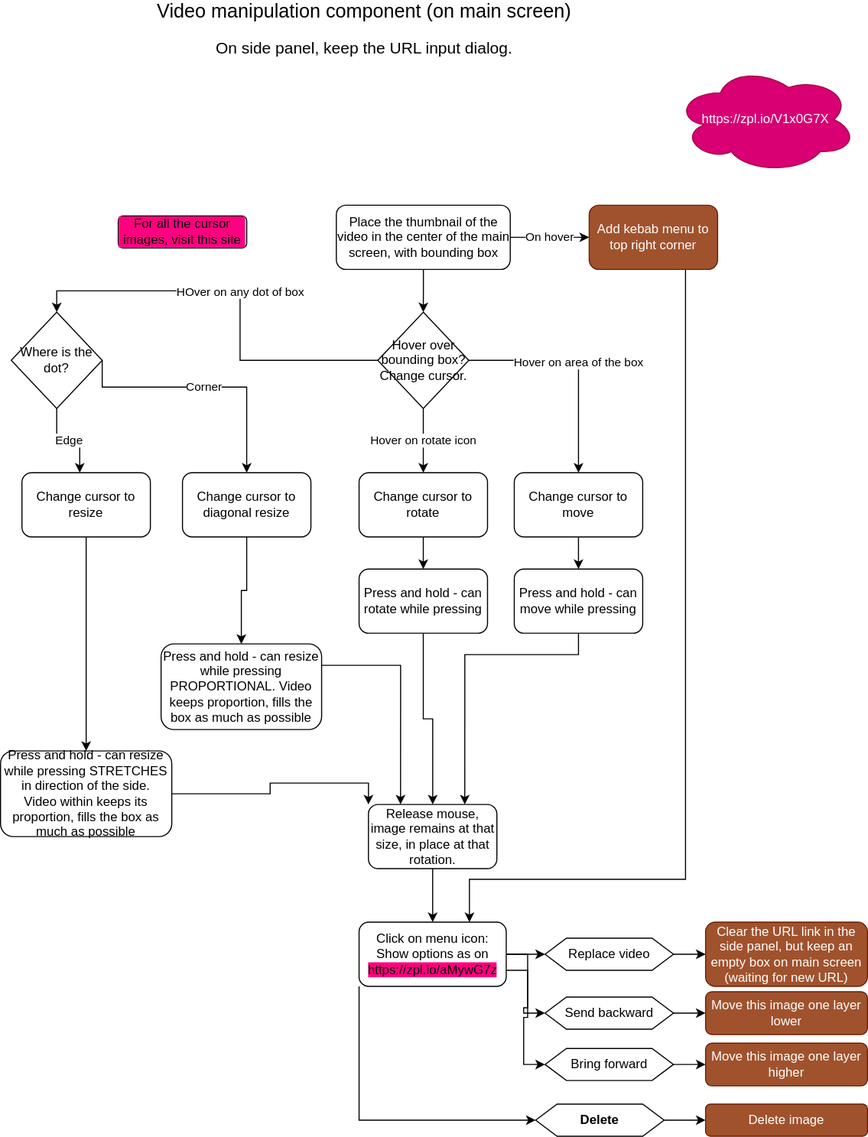
Before: modules/components/video-manipulation.drawio.svg, a diagram exported from draw.io (ji-devs/ji-cloud-flowcharts). Source tidied: cells renumbered, new cells last; positions are measured from the earlier drawing's top-left corner, leaving out a move shared by most shapes. The source it was exported from:
```xml
<mxGraphModel>
  <root>
    <mxCell id="0" />
    <mxCell id="1" parent="0" />
    <mxCell id="2" value="&lt;font&gt;&lt;span style=&quot;font-size: 18px&quot;&gt;Video manipulation component (on main screen)&lt;/span&gt;&lt;br&gt;&lt;br&gt;&lt;font style=&quot;font-size: 15px&quot;&gt;On side panel, keep the URL input dialog.&lt;/font&gt;&lt;br&gt;&lt;/font&gt;" style="text;html=1;strokeColor=none;fillColor=none;align=center;verticalAlign=middle;whiteSpace=wrap;rounded=0;" parent="1" vertex="1">
      <mxGeometry x="90" width="500" height="50" as="geometry" />
    </mxCell>
    <mxCell id="3" style="edgeStyle=orthogonalEdgeStyle;rounded=0;jettySize=auto;html=1;" parent="1" edge="1" source="5" target="9">
      <mxGeometry relative="1" as="geometry" />
    </mxCell>
    <mxCell id="4" value="On hover" style="edgeStyle=orthogonalEdgeStyle;rounded=0;jettySize=auto;html=1;entryX=0;entryY=0.5;entryDx=0;entryDy=0;" parent="1" edge="1" source="5" target="50">
      <mxGeometry relative="1" as="geometry" />
    </mxCell>
    <mxCell id="5" value="Place the thumbnail of the video in the center of the main screen, with bounding box&amp;nbsp;" style="rounded=1;whiteSpace=wrap;html=1;" parent="1" vertex="1">
      <mxGeometry x="313.8" y="190" width="162.5" height="60" as="geometry" />
    </mxCell>
    <mxCell id="6" value="HOver on any dot of box" style="edgeStyle=orthogonalEdgeStyle;rounded=0;jettySize=auto;html=1;entryX=0.5;entryY=0;entryDx=0;entryDy=0;" parent="1" edge="1" source="9" target="47">
      <mxGeometry relative="1" as="geometry" />
    </mxCell>
    <mxCell id="7" value="Hover on rotate icon" style="edgeStyle=orthogonalEdgeStyle;rounded=0;jettySize=auto;html=1;entryX=0.5;entryY=0;entryDx=0;entryDy=0;" parent="1" edge="1" source="9" target="13">
      <mxGeometry relative="1" as="geometry" />
    </mxCell>
    <mxCell id="8" value="Hover on area of the box" style="edgeStyle=orthogonalEdgeStyle;rounded=0;jettySize=auto;html=1;entryX=0.5;entryY=0;entryDx=0;entryDy=0;" parent="1" edge="1" source="9" target="15">
      <mxGeometry relative="1" as="geometry" />
    </mxCell>
    <mxCell id="9" value="Hover over bounding box? Change cursor." style="rhombus;whiteSpace=wrap;html=1;" parent="1" vertex="1">
      <mxGeometry x="352.5" y="290" width="85" height="90" as="geometry" />
    </mxCell>
    <mxCell id="10" style="edgeStyle=orthogonalEdgeStyle;rounded=0;jettySize=auto;html=1;entryX=0.5;entryY=0;entryDx=0;entryDy=0;" parent="1" edge="1" source="11" target="17">
      <mxGeometry relative="1" as="geometry" />
    </mxCell>
    <mxCell id="11" value="Change cursor to diagonal resize" style="rounded=1;whiteSpace=wrap;html=1;" parent="1" vertex="1">
      <mxGeometry x="170" y="440" width="120" height="60" as="geometry" />
    </mxCell>
    <mxCell id="12" style="edgeStyle=orthogonalEdgeStyle;rounded=0;jettySize=auto;html=1;entryX=0.5;entryY=0;entryDx=0;entryDy=0;" parent="1" edge="1" source="13" target="19">
      <mxGeometry relative="1" as="geometry" />
    </mxCell>
    <mxCell id="13" value="Change cursor to rotate" style="rounded=1;whiteSpace=wrap;html=1;" parent="1" vertex="1">
      <mxGeometry x="335" y="440" width="120" height="60" as="geometry" />
    </mxCell>
    <mxCell id="14" style="edgeStyle=orthogonalEdgeStyle;rounded=0;jettySize=auto;html=1;entryX=0.5;entryY=0;entryDx=0;entryDy=0;" parent="1" edge="1" source="15" target="21">
      <mxGeometry relative="1" as="geometry" />
    </mxCell>
    <mxCell id="15" value="Change cursor to move" style="rounded=1;whiteSpace=wrap;html=1;" parent="1" vertex="1">
      <mxGeometry x="480" y="440" width="120" height="60" as="geometry" />
    </mxCell>
    <mxCell id="16" style="edgeStyle=orthogonalEdgeStyle;rounded=0;jettySize=auto;html=1;entryX=0.25;entryY=0;entryDx=0;entryDy=0;exitX=1;exitY=0.5;exitDx=0;exitDy=0;" parent="1" edge="1" source="17" target="23">
      <mxGeometry relative="1" as="geometry">
        <Array as="points">
          <mxPoint x="245" y="640" />
          <mxPoint x="245" y="620" />
          <mxPoint x="374" y="620" />
        </Array>
      </mxGeometry>
    </mxCell>
    <mxCell id="17" value="Press and hold - can resize while pressing PROPORTIONAL. Video keeps proportion, fills the box as much as possible" style="rounded=1;whiteSpace=wrap;html=1;" parent="1" vertex="1">
      <mxGeometry x="150" y="600" width="150" height="80" as="geometry" />
    </mxCell>
    <mxCell id="18" style="edgeStyle=orthogonalEdgeStyle;rounded=0;jettySize=auto;html=1;" parent="1" edge="1" source="19" target="23">
      <mxGeometry relative="1" as="geometry" />
    </mxCell>
    <mxCell id="19" value="Press and hold - can rotate while pressing" style="rounded=1;whiteSpace=wrap;html=1;" parent="1" vertex="1">
      <mxGeometry x="335" y="530" width="120" height="60" as="geometry" />
    </mxCell>
    <mxCell id="20" style="edgeStyle=orthogonalEdgeStyle;rounded=0;jettySize=auto;html=1;entryX=0.75;entryY=0;entryDx=0;entryDy=0;" parent="1" edge="1" source="21" target="23">
      <mxGeometry relative="1" as="geometry">
        <Array as="points">
          <mxPoint x="540" y="610" />
          <mxPoint x="434" y="610" />
        </Array>
      </mxGeometry>
    </mxCell>
    <mxCell id="21" value="Press and hold - can move while pressing" style="rounded=1;whiteSpace=wrap;html=1;" parent="1" vertex="1">
      <mxGeometry x="480" y="530" width="120" height="60" as="geometry" />
    </mxCell>
    <mxCell id="22" style="edgeStyle=orthogonalEdgeStyle;rounded=0;jettySize=auto;html=1;entryX=0.5;entryY=0;entryDx=0;entryDy=0;" parent="1" edge="1" source="23" target="28">
      <mxGeometry relative="1" as="geometry" />
    </mxCell>
    <mxCell id="23" value="Release mouse, image remains at that size, in place at that rotation." style="rounded=1;whiteSpace=wrap;html=1;" parent="1" vertex="1">
      <mxGeometry x="343.8" y="750" width="120" height="60" as="geometry" />
    </mxCell>
    <mxCell id="24" style="edgeStyle=orthogonalEdgeStyle;rounded=0;jettySize=auto;html=1;entryX=0;entryY=0.5;entryDx=0;entryDy=0;" parent="1" edge="1" source="28" target="30">
      <mxGeometry relative="1" as="geometry" />
    </mxCell>
    <mxCell id="25" style="edgeStyle=orthogonalEdgeStyle;rounded=0;jettySize=auto;html=1;entryX=0;entryY=0.5;entryDx=0;entryDy=0;" parent="1" edge="1" source="28" target="33">
      <mxGeometry relative="1" as="geometry" />
    </mxCell>
    <mxCell id="26" style="edgeStyle=orthogonalEdgeStyle;rounded=0;jettySize=auto;html=1;exitX=1;exitY=0.75;exitDx=0;exitDy=0;entryX=0;entryY=0.5;entryDx=0;entryDy=0;" parent="1" edge="1" source="28" target="36">
      <mxGeometry relative="1" as="geometry" />
    </mxCell>
    <mxCell id="27" style="edgeStyle=orthogonalEdgeStyle;rounded=0;jettySize=auto;html=1;exitX=0;exitY=1;exitDx=0;exitDy=0;entryX=0;entryY=0.5;entryDx=0;entryDy=0;" parent="1" edge="1" source="28" target="39">
      <mxGeometry relative="1" as="geometry" />
    </mxCell>
    <mxCell id="28" value="Click on menu icon: Show options as on&amp;nbsp;&lt;br&gt;&lt;span style=&quot;background-color: rgb(255 , 0 , 128)&quot;&gt;https://zpl.io/aMywG7z&lt;/span&gt;" style="rounded=1;whiteSpace=wrap;html=1;" parent="1" vertex="1">
      <mxGeometry x="335" y="860" width="137.5" height="60" as="geometry" />
    </mxCell>
    <mxCell id="29" style="edgeStyle=orthogonalEdgeStyle;rounded=0;jettySize=auto;html=1;entryX=0;entryY=0.5;entryDx=0;entryDy=0;" parent="1" edge="1" source="30" target="31">
      <mxGeometry relative="1" as="geometry" />
    </mxCell>
    <mxCell id="30" value="Replace video" style="shape=hexagon;perimeter=hexagonPerimeter2;whiteSpace=wrap;html=1;fixedSize=1;" parent="1" vertex="1">
      <mxGeometry x="508.8" y="875" width="120" height="30" as="geometry" />
    </mxCell>
    <mxCell id="31" value="Clear the URL link in the side panel, but keep an empty box on main screen (waiting for new URL)" style="rounded=1;whiteSpace=wrap;html=1;fillColor=#a0522d;strokeColor=#6D1F00;fontColor=#ffffff;" parent="1" vertex="1">
      <mxGeometry x="658.8" y="860" width="151.2" height="60" as="geometry" />
    </mxCell>
    <mxCell id="32" style="edgeStyle=orthogonalEdgeStyle;rounded=0;jettySize=auto;html=1;entryX=0;entryY=0.5;entryDx=0;entryDy=0;" parent="1" edge="1" source="33" target="34">
      <mxGeometry relative="1" as="geometry" />
    </mxCell>
    <mxCell id="33" value="Send backward" style="shape=hexagon;perimeter=hexagonPerimeter2;whiteSpace=wrap;html=1;fixedSize=1;" parent="1" vertex="1">
      <mxGeometry x="508.8" y="930" width="120" height="30" as="geometry" />
    </mxCell>
    <mxCell id="34" value="Move this image one layer lower&amp;nbsp;" style="rounded=1;whiteSpace=wrap;html=1;fillColor=#a0522d;strokeColor=#6D1F00;fontColor=#ffffff;" parent="1" vertex="1">
      <mxGeometry x="658.8" y="925" width="151.2" height="40" as="geometry" />
    </mxCell>
    <mxCell id="35" style="edgeStyle=orthogonalEdgeStyle;rounded=0;jettySize=auto;html=1;exitX=1;exitY=0.5;exitDx=0;exitDy=0;entryX=0;entryY=0.5;entryDx=0;entryDy=0;" parent="1" edge="1" source="36" target="37">
      <mxGeometry relative="1" as="geometry" />
    </mxCell>
    <mxCell id="36" value="Bring forward" style="shape=hexagon;perimeter=hexagonPerimeter2;whiteSpace=wrap;html=1;fixedSize=1;" parent="1" vertex="1">
      <mxGeometry x="508.8" y="978" width="120" height="30" as="geometry" />
    </mxCell>
    <mxCell id="37" value="Move this image one layer higher" style="rounded=1;whiteSpace=wrap;html=1;fillColor=#a0522d;strokeColor=#6D1F00;fontColor=#ffffff;" parent="1" vertex="1">
      <mxGeometry x="658.8" y="973" width="151.2" height="40" as="geometry" />
    </mxCell>
    <mxCell id="38" style="edgeStyle=orthogonalEdgeStyle;rounded=0;jettySize=auto;html=1;entryX=0;entryY=0.5;entryDx=0;entryDy=0;" parent="1" edge="1" source="39" target="40">
      <mxGeometry relative="1" as="geometry" />
    </mxCell>
    <mxCell id="39" value="Delete" style="shape=hexagon;perimeter=hexagonPerimeter2;whiteSpace=wrap;html=1;fixedSize=1;fontStyle=1;" parent="1" vertex="1">
      <mxGeometry x="500" y="1030" width="120" height="30" as="geometry" />
    </mxCell>
    <mxCell id="40" value="Delete image" style="rounded=1;whiteSpace=wrap;html=1;fillColor=#a0522d;strokeColor=#6D1F00;fontColor=#ffffff;" parent="1" vertex="1">
      <mxGeometry x="658.8" y="1030" width="151.2" height="30" as="geometry" />
    </mxCell>
    <mxCell id="41" style="edgeStyle=orthogonalEdgeStyle;rounded=0;jettySize=auto;html=1;entryX=0.5;entryY=0;entryDx=0;entryDy=0;" parent="1" edge="1" source="42" target="44">
      <mxGeometry relative="1" as="geometry">
        <Array as="points">
          <mxPoint x="80" y="680" />
        </Array>
      </mxGeometry>
    </mxCell>
    <mxCell id="42" value="Change cursor to resize" style="rounded=1;whiteSpace=wrap;html=1;" parent="1" vertex="1">
      <mxGeometry x="20" y="440" width="120" height="60" as="geometry" />
    </mxCell>
    <mxCell id="43" style="edgeStyle=orthogonalEdgeStyle;rounded=0;jettySize=auto;html=1;entryX=0;entryY=0;entryDx=0;entryDy=0;" parent="1" edge="1" source="44" target="23">
      <mxGeometry relative="1" as="geometry" />
    </mxCell>
    <mxCell id="44" value="Press and hold - can resize while pressing STRETCHES in direction of the side.&lt;br&gt;Video within keeps its proportion, fills the box as much as possible" style="rounded=1;whiteSpace=wrap;html=1;" parent="1" vertex="1">
      <mxGeometry y="700" width="160" height="80" as="geometry" />
    </mxCell>
    <mxCell id="45" value="Corner" style="edgeStyle=orthogonalEdgeStyle;rounded=0;jettySize=auto;html=1;entryX=0.5;entryY=0;entryDx=0;entryDy=0;exitX=1;exitY=0.5;exitDx=0;exitDy=0;" parent="1" edge="1" source="47" target="11">
      <mxGeometry relative="1" as="geometry">
        <Array as="points">
          <mxPoint x="95" y="360" />
          <mxPoint x="230" y="360" />
        </Array>
      </mxGeometry>
    </mxCell>
    <mxCell id="46" value="Edge" style="edgeStyle=orthogonalEdgeStyle;rounded=0;jettySize=auto;html=1;entryX=0.45;entryY=0;entryDx=0;entryDy=0;entryPerimeter=0;" parent="1" edge="1" source="47" target="42">
      <mxGeometry relative="1" as="geometry" />
    </mxCell>
    <mxCell id="47" value="Where is the dot?" style="rhombus;whiteSpace=wrap;html=1;" parent="1" vertex="1">
      <mxGeometry x="10" y="290" width="85" height="90" as="geometry" />
    </mxCell>
    <mxCell id="48" value="https://zpl.io/V1x0G7X" style="ellipse;shape=cloud;whiteSpace=wrap;html=1;fillColor=#d80073;strokeColor=#A50040;fontColor=#ffffff;" parent="1" vertex="1">
      <mxGeometry x="630" y="60" width="170" height="100" as="geometry" />
    </mxCell>
    <mxCell id="49" style="edgeStyle=orthogonalEdgeStyle;rounded=0;jettySize=auto;html=1;entryX=0.75;entryY=0;entryDx=0;entryDy=0;exitX=0.75;exitY=1;exitDx=0;exitDy=0;" parent="1" edge="1" source="50" target="28">
      <mxGeometry relative="1" as="geometry">
        <Array as="points">
          <mxPoint x="640" y="820" />
          <mxPoint x="438" y="820" />
        </Array>
      </mxGeometry>
    </mxCell>
    <mxCell id="50" value="Add kebab menu to top right corner" style="rounded=1;whiteSpace=wrap;html=1;fillColor=#a0522d;strokeColor=#6D1F00;fontColor=#ffffff;" parent="1" vertex="1">
      <mxGeometry x="550" y="190" width="120" height="60" as="geometry" />
    </mxCell>
    <mxCell id="51" value="For all the cursor images, visit this site" style="rounded=1;whiteSpace=wrap;html=1;labelBackgroundColor=#FF0080;" parent="1" vertex="1">
      <mxGeometry x="110" y="200" width="120" height="30" as="geometry" />
    </mxCell>
  </root>
</mxGraphModel>
```
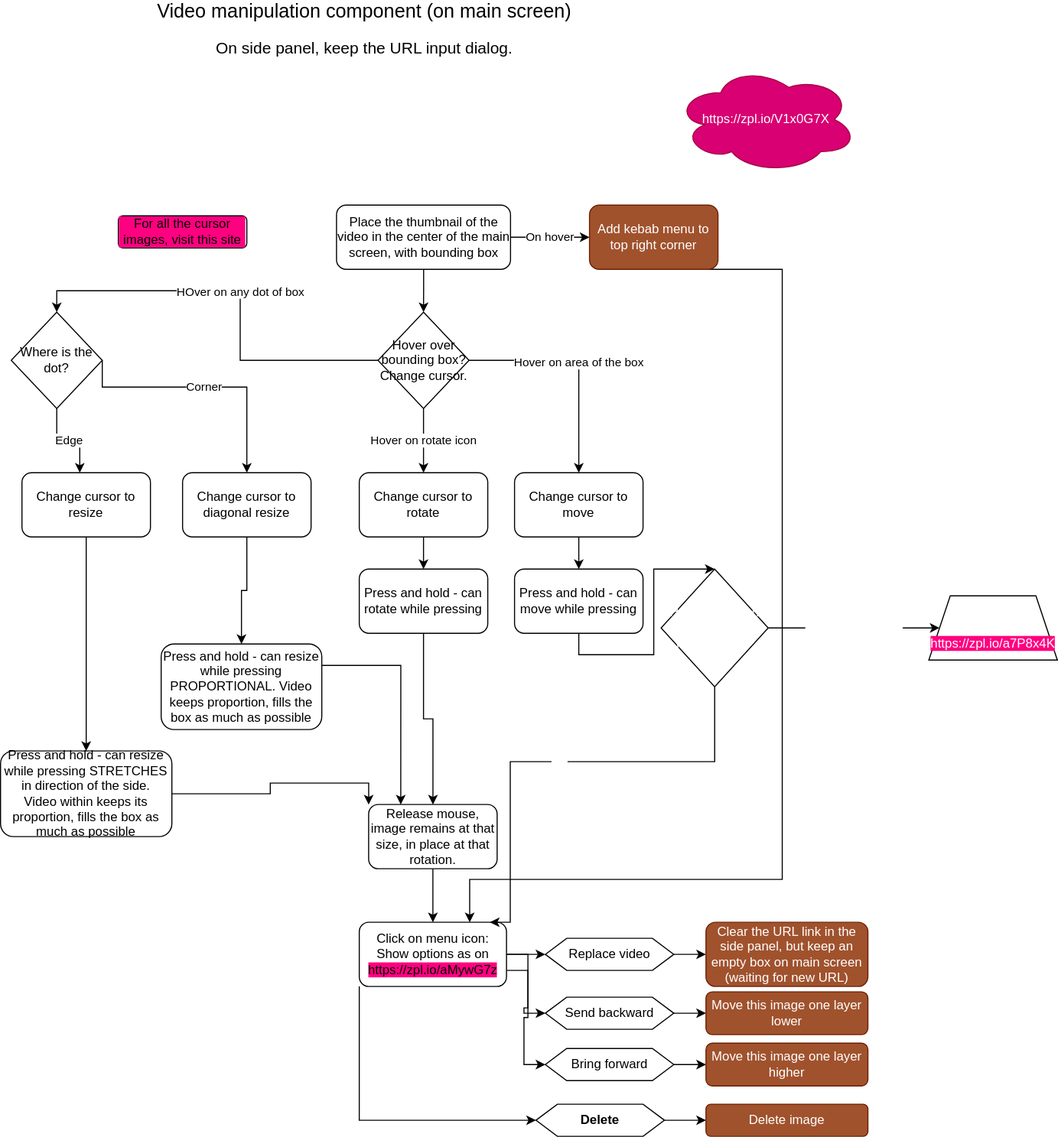
The same file after the commit.

Commit message:
added in the grid outline and warning if placed outside recommended area

Diff of the diagram source:
```diff
@@ -62,11 +62,12 @@
     <mxCell id="19" value="Press and hold - can rotate while pressing" style="rounded=1;whiteSpace=wrap;html=1;" parent="1" vertex="1">
       <mxGeometry x="335" y="530" width="120" height="60" as="geometry" />
     </mxCell>
-    <mxCell id="20" style="edgeStyle=orthogonalEdgeStyle;rounded=0;jettySize=auto;html=1;entryX=0.75;entryY=0;entryDx=0;entryDy=0;" parent="1" edge="1" source="21" target="23">
+    <mxCell id="20" style="edgeStyle=orthogonalEdgeStyle;rounded=0;jettySize=auto;html=1;entryX=0.5;entryY=0;entryDx=0;entryDy=0;" parent="1" edge="1" source="21" target="54">
       <mxGeometry relative="1" as="geometry">
         <Array as="points">
           <mxPoint x="540" y="610" />
-          <mxPoint x="434" y="610" />
+          <mxPoint x="610" y="610" />
+          <mxPoint x="610" y="530" />
         </Array>
       </mxGeometry>
     </mxCell>
@@ -166,7 +167,8 @@
     <mxCell id="49" style="edgeStyle=orthogonalEdgeStyle;rounded=0;jettySize=auto;html=1;entryX=0.75;entryY=0;entryDx=0;entryDy=0;exitX=0.75;exitY=1;exitDx=0;exitDy=0;" parent="1" edge="1" source="50" target="28">
       <mxGeometry relative="1" as="geometry">
         <Array as="points">
-          <mxPoint x="640" y="820" />
+          <mxPoint x="730" y="250" />
+          <mxPoint x="730" y="820" />
           <mxPoint x="438" y="820" />
         </Array>
       </mxGeometry>
@@ -177,5 +179,23 @@
     <mxCell id="51" value="For all the cursor images, visit this site" style="rounded=1;whiteSpace=wrap;html=1;labelBackgroundColor=#FF0080;" parent="1" vertex="1">
       <mxGeometry x="110" y="200" width="120" height="30" as="geometry" />
     </mxCell>
+    <mxCell id="52" value="No" style="edgeStyle=orthogonalEdgeStyle;rounded=0;jettySize=auto;html=1;entryX=0.887;entryY=0;entryDx=0;entryDy=0;fontColor=#FFFFFF;entryPerimeter=0;" parent="1" edge="1" source="54" target="28">
+      <mxGeometry relative="1" as="geometry">
+        <Array as="points">
+          <mxPoint x="667" y="710" />
+          <mxPoint x="476" y="710" />
+          <mxPoint x="476" y="860" />
+        </Array>
+      </mxGeometry>
+    </mxCell>
+    <mxCell id="53" value="Yes, issue warning" style="edgeStyle=orthogonalEdgeStyle;rounded=0;jettySize=auto;html=1;fontColor=#FFFFFF;" parent="1" edge="1" source="54" target="55">
+      <mxGeometry relative="1" as="geometry" />
+    </mxCell>
+    <mxCell id="54" value="Has video been placed out of the framed area?" style="rhombus;whiteSpace=wrap;html=1;fontColor=#FFFFFF;" parent="1" vertex="1">
+      <mxGeometry x="616.9" y="530" width="100" height="110" as="geometry" />
+    </mxCell>
+    <mxCell id="55" value="Warning!&lt;br&gt;Text CV28&lt;br&gt;&lt;span style=&quot;background-color: rgb(255 , 0 , 128)&quot;&gt;https://zpl.io/a7P8x4K&lt;/span&gt;" style="shape=trapezoid;perimeter=trapezoidPerimeter;whiteSpace=wrap;html=1;fixedSize=1;fontColor=#FFFFFF;" parent="1" vertex="1">
+      <mxGeometry x="866.9" y="555" width="120" height="60" as="geometry" />
+    </mxCell>
   </root>
 </mxGraphModel>
```
